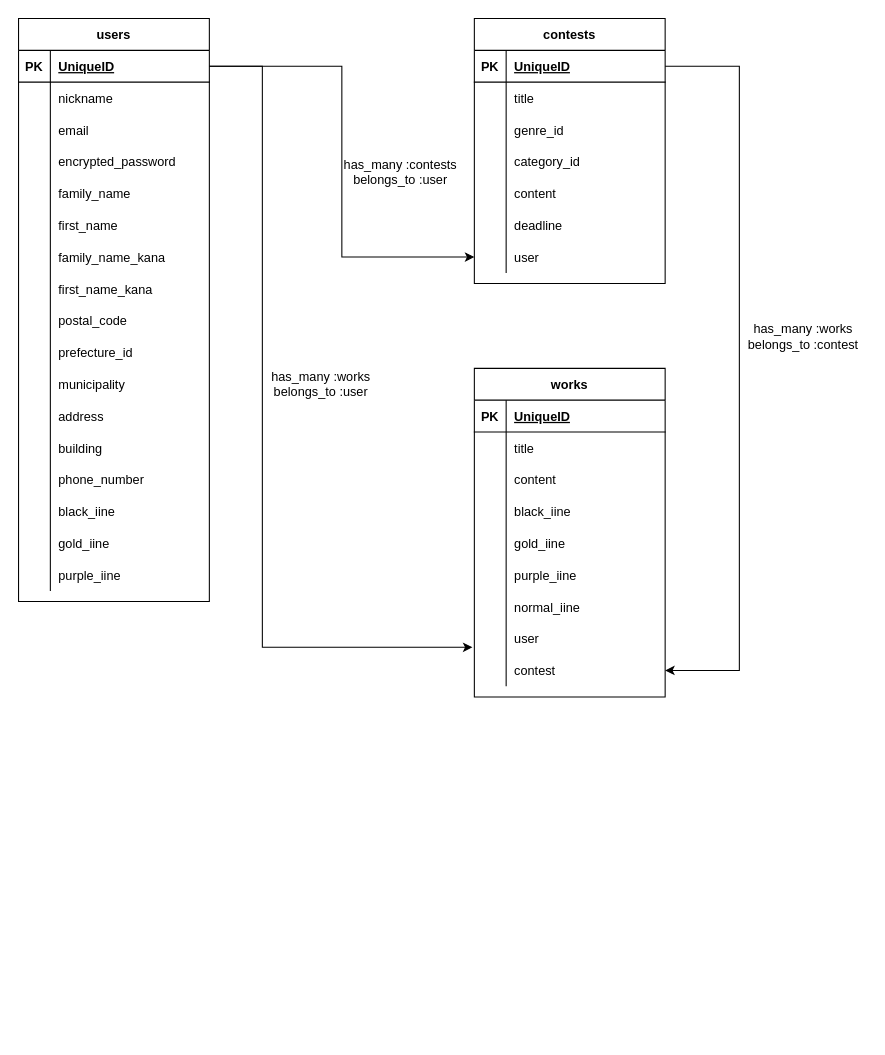
Above: e-r.dio in tokiya-takai/moroheiya (draw.io), before the change. Source tidied: cells renumbered, new cells numbered last; positions are measured from the earlier drawing's top-left corner, leaving out a move shared by most shapes. Both pictures are drawn from the tidied source at 106%, with x=0, y=0 at pixel (18, 18).
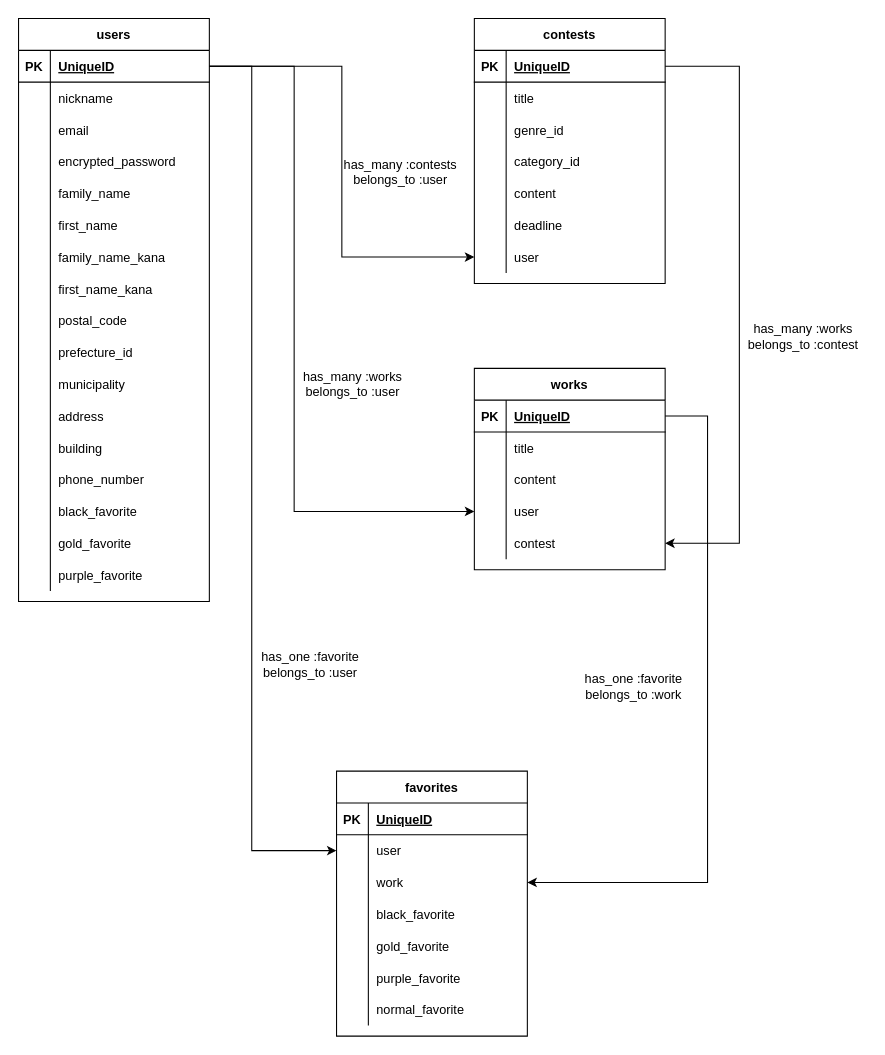
The same diagram, later.

The change refers to these unchanged cells:
```xml
<mxCell id="3" style="shape=partialRectangle;fillColor=none;top=0;left=0;bottom=1;right=0;points=[[0,0.5],[1,0.5]];portConstraint=eastwest;" parent="2" vertex="1">
  <mxGeometry y="30" width="180" height="30" as="geometry" />
</mxCell>
<mxCell id="45" style="shape=partialRectangle;fillColor=none;top=0;left=0;bottom=0;right=0;" parent="2" vertex="1">
  <mxGeometry y="450" width="180" height="30" as="geometry" />
</mxCell>
<mxCell id="48" style="shape=partialRectangle;fillColor=none;top=0;left=0;bottom=0;right=0;" parent="2" vertex="1">
  <mxGeometry y="480" width="180" height="30" as="geometry" />
</mxCell>
<mxCell id="51" style="shape=partialRectangle;fillColor=none;top=0;left=0;bottom=0;right=0;" parent="2" vertex="1">
  <mxGeometry y="510" width="180" height="30" as="geometry" />
</mxCell>
<mxCell id="55" style="shape=partialRectangle;fillColor=none;top=0;left=0;bottom=1;right=0;points=[[0,0.5],[1,0.5]];portConstraint=eastwest;" parent="54" vertex="1">
  <mxGeometry y="30" width="180" height="30" as="geometry" />
</mxCell>
<mxCell id="77" style="shape=partialRectangle;fillColor=none;top=0;left=0;bottom=1;right=0;points=[[0,0.5],[1,0.5]];portConstraint=eastwest;" parent="76" vertex="1">
  <mxGeometry y="30" width="180" height="30" as="geometry" />
</mxCell>
```

Diff of the diagram source:
```diff
@@
-    <mxCell id="47" value="black_iine" style="shape=partialRectangle;fillColor=none;top=0;left=0;bottom=0;right=0;align=left;spacingLeft=6;overflow=hidden;" parent="45" vertex="1">
+    <mxCell id="47" value="black_favorite" style="shape=partialRectangle;fillColor=none;top=0;left=0;bottom=0;right=0;align=left;spacingLeft=6;overflow=hidden;" parent="45" vertex="1">
       <mxGeometry x="30" width="150" height="30" as="geometry" />
     </mxCell>
@@
-    <mxCell id="50" value="gold_iine" style="shape=partialRectangle;fillColor=none;top=0;left=0;bottom=0;right=0;align=left;spacingLeft=6;overflow=hidden;" parent="48" vertex="1">
+    <mxCell id="50" value="gold_favorite" style="shape=partialRectangle;fillColor=none;top=0;left=0;bottom=0;right=0;align=left;spacingLeft=6;overflow=hidden;" parent="48" vertex="1">
       <mxGeometry x="30" width="150" height="30" as="geometry" />
     </mxCell>
@@
-    <mxCell id="53" value="purple_iine" style="shape=partialRectangle;fillColor=none;top=0;left=0;bottom=0;right=0;align=left;spacingLeft=6;overflow=hidden;" parent="51" vertex="1">
+    <mxCell id="53" value="purple_favorite" style="shape=partialRectangle;fillColor=none;top=0;left=0;bottom=0;right=0;align=left;spacingLeft=6;overflow=hidden;" parent="51" vertex="1">
       <mxGeometry x="30" width="150" height="30" as="geometry" />
     </mxCell>
@@
     <mxCell id="76" value="works" style="shape=table;startSize=30;childLayout=tableLayout;rowLines=0;fontStyle=1;align=center;" parent="1" vertex="1">
-      <mxGeometry x="430" y="330" width="180" height="310" as="geometry" />
+      <mxGeometry x="430" y="330" width="180" height="190" as="geometry" />
     </mxCell>
@@
-    <mxCell id="86" style="shape=partialRectangle;fillColor=none;top=0;left=0;bottom=0;right=0;" parent="76" vertex="1">
-      <mxGeometry y="120" width="180" height="30" as="geometry" />
-    </mxCell>
-    <mxCell id="87" style="shape=partialRectangle;fillColor=none;top=0;left=0;bottom=0;right=0;overflow=hidden;" parent="86" vertex="1">
-      <mxGeometry width="30" height="30" as="geometry" />
-    </mxCell>
-    <mxCell id="88" value="black_iine" style="shape=partialRectangle;fillColor=none;top=0;left=0;bottom=0;right=0;align=left;spacingLeft=6;overflow=hidden;" parent="86" vertex="1">
-      <mxGeometry x="30" width="150" height="30" as="geometry" />
-    </mxCell>
-    <mxCell id="89" style="shape=partialRectangle;fillColor=none;top=0;left=0;bottom=0;right=0;" parent="76" vertex="1">
-      <mxGeometry y="150" width="180" height="30" as="geometry" />
-    </mxCell>
-    <mxCell id="90" style="shape=partialRectangle;fillColor=none;top=0;left=0;bottom=0;right=0;overflow=hidden;" parent="89" vertex="1">
-      <mxGeometry width="30" height="30" as="geometry" />
-    </mxCell>
-    <mxCell id="91" value="gold_iine" style="shape=partialRectangle;fillColor=none;top=0;left=0;bottom=0;right=0;align=left;spacingLeft=6;overflow=hidden;" parent="89" vertex="1">
-      <mxGeometry x="30" width="150" height="30" as="geometry" />
-    </mxCell>
-    <mxCell id="92" style="shape=partialRectangle;fillColor=none;top=0;left=0;bottom=0;right=0;" parent="76" vertex="1">
-      <mxGeometry y="180" width="180" height="30" as="geometry" />
-    </mxCell>
-    <mxCell id="93" style="shape=partialRectangle;fillColor=none;top=0;left=0;bottom=0;right=0;overflow=hidden;" parent="92" vertex="1">
-      <mxGeometry width="30" height="30" as="geometry" />
-    </mxCell>
-    <mxCell id="94" value="purple_iine" style="shape=partialRectangle;fillColor=none;top=0;left=0;bottom=0;right=0;align=left;spacingLeft=6;overflow=hidden;" parent="92" vertex="1">
-      <mxGeometry x="30" width="150" height="30" as="geometry" />
-    </mxCell>
-    <mxCell id="95" style="shape=partialRectangle;fillColor=none;top=0;left=0;bottom=0;right=0;" parent="76" vertex="1">
-      <mxGeometry y="210" width="180" height="30" as="geometry" />
-    </mxCell>
-    <mxCell id="96" style="shape=partialRectangle;fillColor=none;top=0;left=0;bottom=0;right=0;overflow=hidden;" parent="95" vertex="1">
-      <mxGeometry width="30" height="30" as="geometry" />
-    </mxCell>
-    <mxCell id="97" value="normal_iine" style="shape=partialRectangle;fillColor=none;top=0;left=0;bottom=0;right=0;align=left;spacingLeft=6;overflow=hidden;" parent="95" vertex="1">
-      <mxGeometry x="30" width="150" height="30" as="geometry" />
-    </mxCell>
     <mxCell id="98" style="shape=partialRectangle;fillColor=none;top=0;left=0;bottom=0;right=0;points=[[0,0.5],[1,0.5]];portConstraint=eastwest;" parent="76" vertex="1">
-      <mxGeometry y="240" width="180" height="30" as="geometry" />
+      <mxGeometry y="120" width="180" height="30" as="geometry" />
     </mxCell>
@@
     <mxCell id="101" style="shape=partialRectangle;fillColor=none;top=0;left=0;bottom=0;right=0;points=[[0,0.5],[1,0.5]];portConstraint=eastwest;" parent="76" vertex="1">
-      <mxGeometry y="270" width="180" height="30" as="geometry" />
+      <mxGeometry y="150" width="180" height="30" as="geometry" />
     </mxCell>
@@
     <mxCell id="105" value="has_many :works&lt;br&gt;belongs_to :user" style="text;html=1;align=center;verticalAlign=middle;" parent="1" vertex="1">
-      <mxGeometry x="230" y="330" width="110" height="30" as="geometry" />
+      <mxGeometry x="260" y="330" width="110" height="30" as="geometry" />
     </mxCell>
@@
+    <mxCell id="110" value="favorites" style="shape=table;startSize=30;childLayout=tableLayout;rowLines=0;fontStyle=1;align=center;" parent="1" vertex="1">
+      <mxGeometry x="300" y="710" width="180" height="250" as="geometry" />
+    </mxCell>
+    <mxCell id="111" style="shape=partialRectangle;fillColor=none;top=0;left=0;bottom=1;right=0;" parent="110" vertex="1">
+      <mxGeometry y="30" width="180" height="30" as="geometry" />
+    </mxCell>
+    <mxCell id="112" value="PK" style="shape=partialRectangle;fillColor=none;top=0;left=0;bottom=0;right=0;fontStyle=1;overflow=hidden;" parent="111" vertex="1">
+      <mxGeometry width="30" height="30" as="geometry" />
+    </mxCell>
+    <mxCell id="113" value="UniqueID" style="shape=partialRectangle;fillColor=none;top=0;left=0;bottom=0;right=0;align=left;spacingLeft=6;fontStyle=5;overflow=hidden;" parent="111" vertex="1">
+      <mxGeometry x="30" width="150" height="30" as="geometry" />
+    </mxCell>
+    <mxCell id="114" style="shape=partialRectangle;fillColor=none;top=0;left=0;bottom=0;right=0;points=[[0,0.5],[1,0.5]];portConstraint=eastwest;" parent="110" vertex="1">
+      <mxGeometry y="60" width="180" height="30" as="geometry" />
+    </mxCell>
+    <mxCell id="115" style="shape=partialRectangle;fillColor=none;top=0;left=0;bottom=0;right=0;overflow=hidden;" parent="114" vertex="1">
+      <mxGeometry width="30" height="30" as="geometry" />
+    </mxCell>
+    <mxCell id="116" value="user" style="shape=partialRectangle;fillColor=none;top=0;left=0;bottom=0;right=0;align=left;spacingLeft=6;overflow=hidden;" parent="114" vertex="1">
+      <mxGeometry x="30" width="150" height="30" as="geometry" />
+    </mxCell>
+    <mxCell id="117" style="shape=partialRectangle;fillColor=none;top=0;left=0;bottom=0;right=0;points=[[0,0.5],[1,0.5]];portConstraint=eastwest;" parent="110" vertex="1">
+      <mxGeometry y="90" width="180" height="30" as="geometry" />
+    </mxCell>
+    <mxCell id="118" style="shape=partialRectangle;fillColor=none;top=0;left=0;bottom=0;right=0;overflow=hidden;" parent="117" vertex="1">
+      <mxGeometry width="30" height="30" as="geometry" />
+    </mxCell>
+    <mxCell id="119" value="work" style="shape=partialRectangle;fillColor=none;top=0;left=0;bottom=0;right=0;align=left;spacingLeft=6;overflow=hidden;" parent="117" vertex="1">
+      <mxGeometry x="30" width="150" height="30" as="geometry" />
+    </mxCell>
+    <mxCell id="86" style="shape=partialRectangle;fillColor=none;top=0;left=0;bottom=0;right=0;" parent="110" vertex="1">
+      <mxGeometry y="120" width="180" height="30" as="geometry" />
+    </mxCell>
+    <mxCell id="120" style="shape=partialRectangle;fillColor=none;top=0;left=0;bottom=0;right=0;overflow=hidden;" parent="86" vertex="1">
+      <mxGeometry width="30" height="30" as="geometry" />
+    </mxCell>
+    <mxCell id="121" value="black_favorite" style="shape=partialRectangle;fillColor=none;top=0;left=0;bottom=0;right=0;align=left;spacingLeft=6;overflow=hidden;" parent="86" vertex="1">
+      <mxGeometry x="30" width="150" height="30" as="geometry" />
+    </mxCell>
+    <mxCell id="89" style="shape=partialRectangle;fillColor=none;top=0;left=0;bottom=0;right=0;" parent="110" vertex="1">
+      <mxGeometry y="150" width="180" height="30" as="geometry" />
+    </mxCell>
+    <mxCell id="122" style="shape=partialRectangle;fillColor=none;top=0;left=0;bottom=0;right=0;overflow=hidden;" parent="89" vertex="1">
+      <mxGeometry width="30" height="30" as="geometry" />
+    </mxCell>
+    <mxCell id="123" value="gold_favorite" style="shape=partialRectangle;fillColor=none;top=0;left=0;bottom=0;right=0;align=left;spacingLeft=6;overflow=hidden;" parent="89" vertex="1">
+      <mxGeometry x="30" width="150" height="30" as="geometry" />
+    </mxCell>
+    <mxCell id="92" style="shape=partialRectangle;fillColor=none;top=0;left=0;bottom=0;right=0;" parent="110" vertex="1">
+      <mxGeometry y="180" width="180" height="30" as="geometry" />
+    </mxCell>
+    <mxCell id="124" style="shape=partialRectangle;fillColor=none;top=0;left=0;bottom=0;right=0;overflow=hidden;" parent="92" vertex="1">
+      <mxGeometry width="30" height="30" as="geometry" />
+    </mxCell>
+    <mxCell id="125" value="purple_favorite" style="shape=partialRectangle;fillColor=none;top=0;left=0;bottom=0;right=0;align=left;spacingLeft=6;overflow=hidden;" parent="92" vertex="1">
+      <mxGeometry x="30" width="150" height="30" as="geometry" />
+    </mxCell>
+    <mxCell id="95" style="shape=partialRectangle;fillColor=none;top=0;left=0;bottom=0;right=0;" parent="110" vertex="1">
+      <mxGeometry y="210" width="180" height="30" as="geometry" />
+    </mxCell>
+    <mxCell id="126" style="shape=partialRectangle;fillColor=none;top=0;left=0;bottom=0;right=0;overflow=hidden;" parent="95" vertex="1">
+      <mxGeometry width="30" height="30" as="geometry" />
+    </mxCell>
+    <mxCell id="127" value="normal_favorite" style="shape=partialRectangle;fillColor=none;top=0;left=0;bottom=0;right=0;align=left;spacingLeft=6;overflow=hidden;" parent="95" vertex="1">
+      <mxGeometry x="30" width="150" height="30" as="geometry" />
+    </mxCell>
+    <mxCell id="128" style="edgeStyle=orthogonalEdgeStyle;rounded=0;jettySize=auto;html=1;exitX=1;exitY=0.5;exitDx=0;exitDy=0;entryX=0;entryY=0.5;entryDx=0;entryDy=0;" parent="1" edge="1" source="3" target="114">
+      <mxGeometry relative="1" as="geometry">
+        <Array as="points">
+          <mxPoint x="220" y="45" />
+          <mxPoint x="220" y="785" />
+        </Array>
+      </mxGeometry>
+    </mxCell>
+    <mxCell id="129" style="edgeStyle=orthogonalEdgeStyle;rounded=0;jettySize=auto;html=1;exitX=1;exitY=0.5;exitDx=0;exitDy=0;entryX=1;entryY=0.5;entryDx=0;entryDy=0;" parent="1" edge="1" source="77" target="117">
+      <mxGeometry relative="1" as="geometry">
+        <Array as="points">
+          <mxPoint x="650" y="375" />
+          <mxPoint x="650" y="815" />
+        </Array>
+      </mxGeometry>
+    </mxCell>
-    <mxCell id="108" style="edgeStyle=orthogonalEdgeStyle;rounded=0;jettySize=auto;html=1;exitX=1;exitY=0.5;exitDx=0;exitDy=0;entryX=-0.01;entryY=0.773;entryDx=0;entryDy=0;entryPerimeter=0;" parent="1" edge="1" source="3" target="98">
+    <mxCell id="108" style="edgeStyle=orthogonalEdgeStyle;rounded=0;jettySize=auto;html=1;exitX=1;exitY=0.5;exitDx=0;exitDy=0;entryX=0;entryY=0.5;entryDx=0;entryDy=0;" parent="1" edge="1" source="3" target="98">
       <mxGeometry relative="1" as="geometry">
         <Array as="points">
-          <mxPoint x="230" y="45" />
-          <mxPoint x="230" y="593" />
+          <mxPoint x="260" y="45" />
+          <mxPoint x="260" y="465" />
         </Array>
       </mxGeometry>
     </mxCell>
     <mxCell id="109" style="edgeStyle=orthogonalEdgeStyle;rounded=0;jettySize=auto;html=1;exitX=1;exitY=0.5;exitDx=0;exitDy=0;entryX=1;entryY=0.5;entryDx=0;entryDy=0;" parent="1" edge="1" source="55" target="101">
       <mxGeometry relative="1" as="geometry">
         <Array as="points">
           <mxPoint x="680" y="45" />
-          <mxPoint x="680" y="615" />
+          <mxPoint x="680" y="495" />
         </Array>
       </mxGeometry>
     </mxCell>
+    <mxCell id="130" value="has_one :favorite&lt;br&gt;belongs_to :user" style="text;html=1;align=center;verticalAlign=middle;" parent="1" vertex="1">
+      <mxGeometry x="220" y="595" width="110" height="30" as="geometry" />
+    </mxCell>
+    <mxCell id="131" value="has_one :favorite&lt;br&gt;belongs_to :work" style="text;html=1;align=center;verticalAlign=middle;" parent="1" vertex="1">
+      <mxGeometry x="525" y="615" width="110" height="30" as="geometry" />
+    </mxCell>
```
